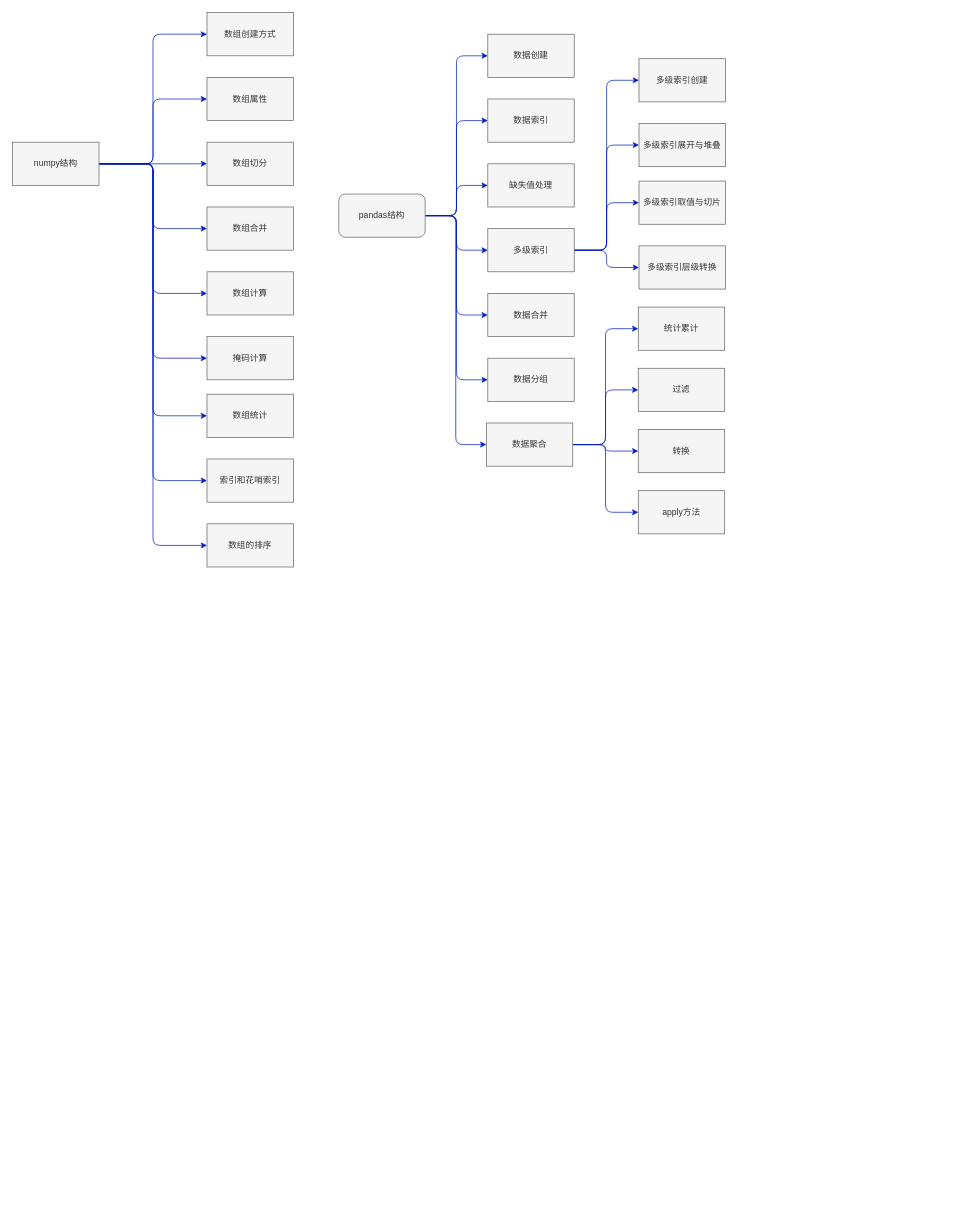
Before: 数据科学手册流程图.drawio in QHfirewater/data_science, a draw.io diagram. Source tidied: cells renumbered, new cells numbered last; positions are measured from the earlier drawing's top-left corner, leaving out a move shared by most shapes. Both pictures are drawn from the tidied source at 72%, with x=0, y=0 at pixel (12, 12).
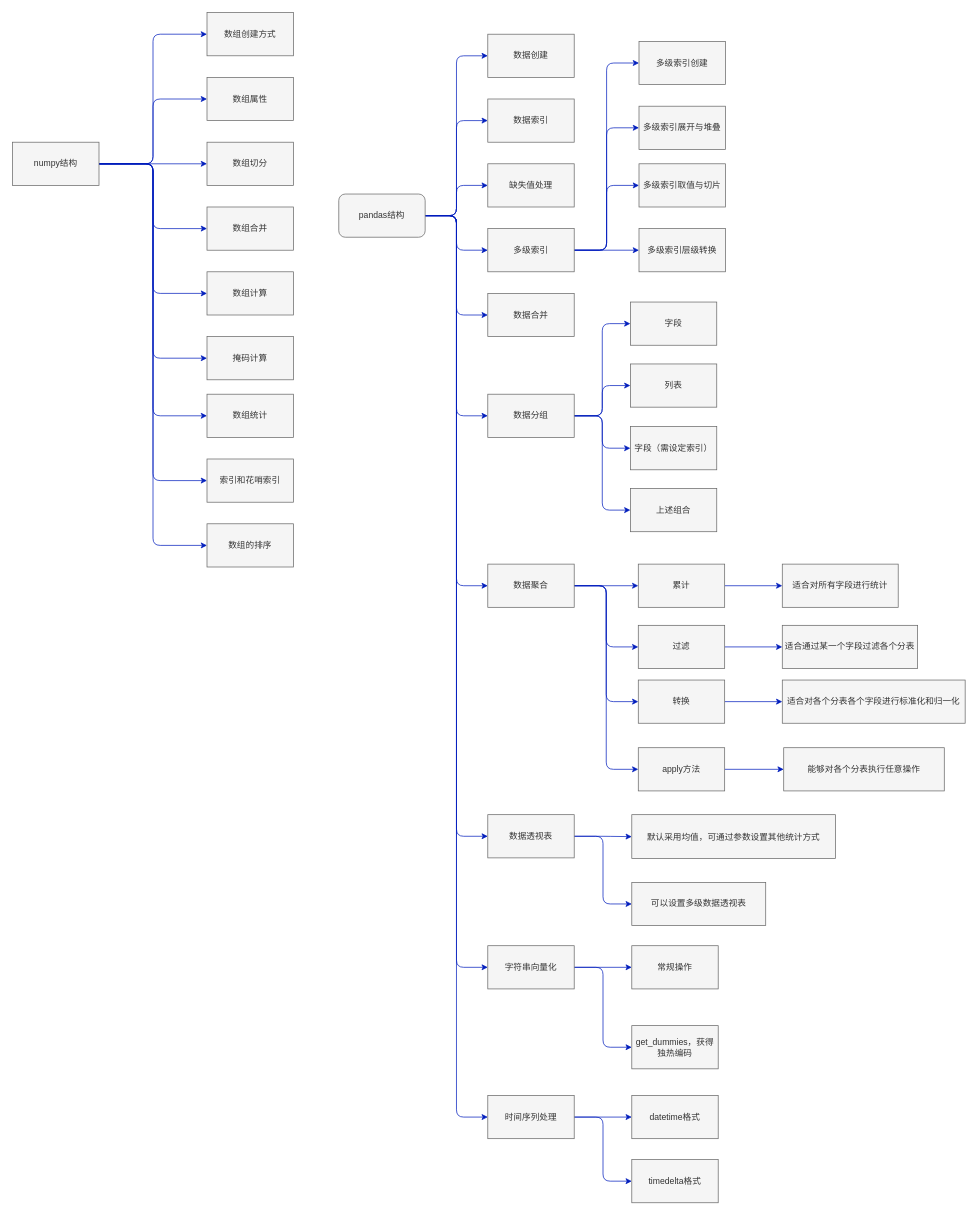
The same diagram, later.

Commit message (it also covers changes not shown here):
更新流程图

The change refers to these unchanged cells:
```xml
<mxCell id="28" value="pandas结构" style="rounded=1;whiteSpace=wrap;html=1;fillColor=#f5f5f5;fontColor=#333333;strokeColor=#666666;" parent="1" vertex="1">
  <mxGeometry x="453" y="252" width="120" height="60" as="geometry" />
</mxCell>
```

Diff of the diagram source:
```diff
@@
+    <mxCell id="52" style="edgeStyle=orthogonalEdgeStyle;shape=connector;rounded=1;html=1;exitX=1;exitY=0.5;exitDx=0;exitDy=0;labelBackgroundColor=default;fontFamily=Helvetica;fontSize=12;fontColor=#333333;endArrow=classic;strokeColor=#001DBC;fillColor=#0050ef;entryX=0;entryY=0.5;entryDx=0;entryDy=0;" parent="1" edge="1" source="28" target="73">
+      <mxGeometry relative="1" as="geometry" />
+    </mxCell>
+    <mxCell id="53" style="edgeStyle=orthogonalEdgeStyle;shape=connector;rounded=1;html=1;exitX=1;exitY=0.5;exitDx=0;exitDy=0;labelBackgroundColor=default;fontFamily=Helvetica;fontSize=12;fontColor=#333333;endArrow=classic;strokeColor=#001DBC;fillColor=#0050ef;entryX=0;entryY=0.5;entryDx=0;entryDy=0;" parent="1" edge="1" source="28" target="78">
+      <mxGeometry relative="1" as="geometry" />
+    </mxCell>
+    <mxCell id="54" style="edgeStyle=orthogonalEdgeStyle;shape=connector;rounded=1;html=1;exitX=1;exitY=0.5;exitDx=0;exitDy=0;labelBackgroundColor=default;fontFamily=Helvetica;fontSize=12;fontColor=#333333;endArrow=classic;strokeColor=#001DBC;fillColor=#0050ef;entryX=0;entryY=0.5;entryDx=0;entryDy=0;" parent="1" edge="1" source="28" target="83">
+      <mxGeometry relative="1" as="geometry" />
+    </mxCell>
@@
     <mxCell id="37" value="多级索引创建" style="rounded=0;whiteSpace=wrap;html=1;fillColor=#f5f5f5;fontColor=#333333;strokeColor=#666666;" parent="1" vertex="1">
-      <mxGeometry x="870" y="64" width="120" height="60" as="geometry" />
+      <mxGeometry x="870" y="40" width="120" height="60" as="geometry" />
     </mxCell>
     <mxCell id="38" value="多级索引展开与堆叠" style="rounded=0;whiteSpace=wrap;html=1;fillColor=#f5f5f5;fontColor=#333333;strokeColor=#666666;" parent="1" vertex="1">
-      <mxGeometry x="870" y="154" width="120" height="60" as="geometry" />
+      <mxGeometry x="870" y="130" width="120" height="60" as="geometry" />
     </mxCell>
     <mxCell id="39" value="多级索引取值与切片" style="rounded=0;whiteSpace=wrap;html=1;fillColor=#f5f5f5;fontColor=#333333;strokeColor=#666666;" parent="1" vertex="1">
-      <mxGeometry x="870" y="234" width="120" height="60" as="geometry" />
+      <mxGeometry x="870" y="210" width="120" height="60" as="geometry" />
     </mxCell>
     <mxCell id="40" value="多级索引层级转换" style="rounded=0;whiteSpace=wrap;html=1;fillColor=#f5f5f5;fontColor=#333333;strokeColor=#666666;" parent="1" vertex="1">
-      <mxGeometry x="870" y="324" width="120" height="60" as="geometry" />
+      <mxGeometry x="870" y="300" width="120" height="60" as="geometry" />
     </mxCell>
@@
+    <mxCell id="55" style="edgeStyle=orthogonalEdgeStyle;shape=connector;rounded=1;html=1;exitX=1;exitY=0.5;exitDx=0;exitDy=0;entryX=0;entryY=0.5;entryDx=0;entryDy=0;labelBackgroundColor=default;fontFamily=Helvetica;fontSize=12;fontColor=#333333;endArrow=classic;strokeColor=#001DBC;fillColor=#0050ef;" parent="1" edge="1" source="42" target="67">
+      <mxGeometry relative="1" as="geometry" />
+    </mxCell>
+    <mxCell id="56" style="edgeStyle=orthogonalEdgeStyle;shape=connector;rounded=1;html=1;exitX=1;exitY=0.5;exitDx=0;exitDy=0;entryX=0;entryY=0.5;entryDx=0;entryDy=0;labelBackgroundColor=default;fontFamily=Helvetica;fontSize=12;fontColor=#333333;endArrow=classic;strokeColor=#001DBC;fillColor=#0050ef;" parent="1" edge="1" source="42" target="68">
+      <mxGeometry relative="1" as="geometry" />
+    </mxCell>
+    <mxCell id="57" style="edgeStyle=orthogonalEdgeStyle;shape=connector;rounded=1;html=1;exitX=1;exitY=0.5;exitDx=0;exitDy=0;labelBackgroundColor=default;fontFamily=Helvetica;fontSize=12;fontColor=#333333;endArrow=classic;strokeColor=#001DBC;fillColor=#0050ef;" parent="1" edge="1" source="42" target="69">
+      <mxGeometry relative="1" as="geometry" />
+    </mxCell>
+    <mxCell id="58" style="edgeStyle=orthogonalEdgeStyle;shape=connector;rounded=1;html=1;exitX=1;exitY=0.5;exitDx=0;exitDy=0;entryX=0;entryY=0.5;entryDx=0;entryDy=0;labelBackgroundColor=default;fontFamily=Helvetica;fontSize=12;fontColor=#333333;endArrow=classic;strokeColor=#001DBC;fillColor=#0050ef;" parent="1" edge="1" source="42" target="70">
+      <mxGeometry relative="1" as="geometry" />
+    </mxCell>
     <mxCell id="42" value="数据分组" style="rounded=0;whiteSpace=wrap;html=1;fillColor=#f5f5f5;fontColor=#333333;strokeColor=#666666;" parent="1" vertex="1">
-      <mxGeometry x="660" y="480" width="120" height="60" as="geometry" />
+      <mxGeometry x="660" y="530" width="120" height="60" as="geometry" />
     </mxCell>
@@
     <mxCell id="47" value="数据聚合" style="rounded=0;whiteSpace=wrap;html=1;fillColor=#f5f5f5;fontColor=#333333;strokeColor=#666666;" parent="1" vertex="1">
-      <mxGeometry x="658" y="570" width="120" height="60" as="geometry" />
+      <mxGeometry x="660" y="766" width="120" height="60" as="geometry" />
     </mxCell>
+    <mxCell id="59" style="edgeStyle=none;html=1;fillColor=#0050ef;strokeColor=#001DBC;" parent="1" edge="1" source="48" target="63">
+      <mxGeometry relative="1" as="geometry" />
+    </mxCell>
-    <mxCell id="48" value="统计累计" style="whiteSpace=wrap;html=1;fillColor=#f5f5f5;strokeColor=#666666;fontColor=#333333;rounded=0;" parent="1" vertex="1">
-      <mxGeometry x="869" y="409" width="120" height="60" as="geometry" />
+    <mxCell id="48" value="累计" style="whiteSpace=wrap;html=1;fillColor=#f5f5f5;strokeColor=#666666;fontColor=#333333;rounded=0;" parent="1" vertex="1">
+      <mxGeometry x="869" y="766" width="120" height="60" as="geometry" />
     </mxCell>
+    <mxCell id="60" style="edgeStyle=none;shape=connector;rounded=1;html=1;labelBackgroundColor=default;fontFamily=Helvetica;fontSize=11;fontColor=default;endArrow=classic;strokeColor=#001DBC;fillColor=#0050ef;" parent="1" edge="1" source="49" target="64">
+      <mxGeometry relative="1" as="geometry" />
+    </mxCell>
     <mxCell id="49" value="过滤" style="whiteSpace=wrap;html=1;fillColor=#f5f5f5;strokeColor=#666666;fontColor=#333333;rounded=0;" parent="1" vertex="1">
-      <mxGeometry x="869" y="494" width="120" height="60" as="geometry" />
+      <mxGeometry x="869" y="851" width="120" height="60" as="geometry" />
     </mxCell>
+    <mxCell id="61" style="edgeStyle=none;shape=connector;rounded=1;html=1;labelBackgroundColor=default;fontFamily=Helvetica;fontSize=11;fontColor=default;endArrow=classic;strokeColor=#001DBC;fillColor=#0050ef;" parent="1" edge="1" source="50" target="65">
+      <mxGeometry relative="1" as="geometry" />
+    </mxCell>
     <mxCell id="50" value="转换" style="whiteSpace=wrap;html=1;fillColor=#f5f5f5;strokeColor=#666666;fontColor=#333333;rounded=0;" parent="1" vertex="1">
-      <mxGeometry x="869" y="579" width="120" height="60" as="geometry" />
+      <mxGeometry x="869" y="927" width="120" height="60" as="geometry" />
     </mxCell>
+    <mxCell id="62" style="edgeStyle=none;shape=connector;rounded=1;html=1;labelBackgroundColor=default;fontFamily=Helvetica;fontSize=11;fontColor=default;endArrow=classic;strokeColor=#001DBC;fillColor=#0050ef;" parent="1" edge="1" source="51" target="66">
+      <mxGeometry relative="1" as="geometry" />
+    </mxCell>
     <mxCell id="51" value="apply方法" style="whiteSpace=wrap;html=1;fillColor=#f5f5f5;strokeColor=#666666;fontColor=#333333;rounded=0;" parent="1" vertex="1">
-      <mxGeometry x="869" y="664" width="120" height="60" as="geometry" />
+      <mxGeometry x="869" y="1021" width="120" height="60" as="geometry" />
     </mxCell>
+    <mxCell id="63" value="适合对所有字段进行统计" style="whiteSpace=wrap;html=1;fillColor=#f5f5f5;strokeColor=#666666;fontColor=#333333;rounded=0;" parent="1" vertex="1">
+      <mxGeometry x="1069" y="766" width="161" height="60" as="geometry" />
+    </mxCell>
+    <mxCell id="64" value="适合通过某一个字段过滤各个分表" style="whiteSpace=wrap;html=1;fillColor=#f5f5f5;strokeColor=#666666;fontColor=#333333;rounded=0;" parent="1" vertex="1">
+      <mxGeometry x="1069" y="851" width="188" height="60" as="geometry" />
+    </mxCell>
+    <mxCell id="65" value="适合对各个分表各个字段进行标准化和归一化" style="whiteSpace=wrap;html=1;fillColor=#f5f5f5;strokeColor=#666666;fontColor=#333333;rounded=0;" parent="1" vertex="1">
+      <mxGeometry x="1069" y="927" width="254" height="60" as="geometry" />
+    </mxCell>
+    <mxCell id="66" value="能够对各个分表执行任意操作" style="whiteSpace=wrap;html=1;fillColor=#f5f5f5;strokeColor=#666666;fontColor=#333333;rounded=0;" parent="1" vertex="1">
+      <mxGeometry x="1071" y="1021" width="223" height="60" as="geometry" />
+    </mxCell>
+    <mxCell id="67" value="字段" style="whiteSpace=wrap;html=1;fillColor=#f5f5f5;strokeColor=#666666;fontColor=#333333;rounded=0;" parent="1" vertex="1">
+      <mxGeometry x="858" y="402" width="120" height="60" as="geometry" />
+    </mxCell>
+    <mxCell id="68" value="列表" style="rounded=0;whiteSpace=wrap;html=1;fontFamily=Helvetica;fontSize=12;fontColor=#333333;strokeColor=#666666;fillColor=#f5f5f5;" parent="1" vertex="1">
+      <mxGeometry x="858" y="488" width="120" height="60" as="geometry" />
+    </mxCell>
+    <mxCell id="69" value="字段（需设定索引）" style="rounded=0;whiteSpace=wrap;html=1;fontFamily=Helvetica;fontSize=12;fontColor=#333333;strokeColor=#666666;fillColor=#f5f5f5;" parent="1" vertex="1">
+      <mxGeometry x="858" y="575" width="120" height="60" as="geometry" />
+    </mxCell>
+    <mxCell id="70" value="上述组合" style="rounded=0;whiteSpace=wrap;html=1;fontFamily=Helvetica;fontSize=12;fontColor=#333333;strokeColor=#666666;fillColor=#f5f5f5;" parent="1" vertex="1">
+      <mxGeometry x="858" y="661" width="120" height="60" as="geometry" />
+    </mxCell>
+    <mxCell id="71" style="edgeStyle=orthogonalEdgeStyle;shape=connector;rounded=1;html=1;labelBackgroundColor=default;fontFamily=Helvetica;fontSize=12;fontColor=#333333;endArrow=classic;strokeColor=#001DBC;fillColor=#0050ef;" parent="1" edge="1" source="73" target="74">
+      <mxGeometry relative="1" as="geometry" />
+    </mxCell>
+    <mxCell id="72" style="edgeStyle=orthogonalEdgeStyle;shape=connector;rounded=1;html=1;exitX=1;exitY=0.5;exitDx=0;exitDy=0;entryX=0;entryY=0.5;entryDx=0;entryDy=0;labelBackgroundColor=default;fontFamily=Helvetica;fontSize=12;fontColor=#333333;endArrow=classic;strokeColor=#001DBC;fillColor=#0050ef;" parent="1" edge="1" source="73" target="75">
+      <mxGeometry relative="1" as="geometry" />
+    </mxCell>
+    <mxCell id="73" value="数据透视表" style="rounded=0;whiteSpace=wrap;html=1;fontFamily=Helvetica;fontSize=12;fontColor=#333333;strokeColor=#666666;fillColor=#f5f5f5;" parent="1" vertex="1">
+      <mxGeometry x="660" y="1114" width="120" height="60" as="geometry" />
+    </mxCell>
+    <mxCell id="74" value="默认采用均值，可通过参数设置其他统计方式" style="whiteSpace=wrap;html=1;fillColor=#f5f5f5;strokeColor=#666666;fontColor=#333333;rounded=0;" parent="1" vertex="1">
+      <mxGeometry x="860" y="1114" width="283" height="61" as="geometry" />
+    </mxCell>
+    <mxCell id="75" value="可以设置多级数据透视表" style="rounded=0;whiteSpace=wrap;html=1;fontFamily=Helvetica;fontSize=12;fontColor=#333333;strokeColor=#666666;fillColor=#f5f5f5;" parent="1" vertex="1">
+      <mxGeometry x="860" y="1208" width="186" height="60" as="geometry" />
+    </mxCell>
+    <mxCell id="76" style="edgeStyle=orthogonalEdgeStyle;shape=connector;rounded=1;html=1;labelBackgroundColor=default;fontFamily=Helvetica;fontSize=12;fontColor=#333333;endArrow=classic;strokeColor=#001DBC;fillColor=#0050ef;" parent="1" edge="1" source="78" target="79">
+      <mxGeometry relative="1" as="geometry" />
+    </mxCell>
+    <mxCell id="77" style="edgeStyle=orthogonalEdgeStyle;shape=connector;rounded=1;html=1;exitX=1;exitY=0.5;exitDx=0;exitDy=0;entryX=0;entryY=0.5;entryDx=0;entryDy=0;labelBackgroundColor=default;fontFamily=Helvetica;fontSize=12;fontColor=#333333;endArrow=classic;strokeColor=#001DBC;fillColor=#0050ef;" parent="1" edge="1" source="78" target="80">
+      <mxGeometry relative="1" as="geometry" />
+    </mxCell>
+    <mxCell id="78" value="字符串向量化" style="rounded=0;whiteSpace=wrap;html=1;fontFamily=Helvetica;fontSize=12;fontColor=#333333;strokeColor=#666666;fillColor=#f5f5f5;" parent="1" vertex="1">
+      <mxGeometry x="660" y="1296" width="120" height="60" as="geometry" />
+    </mxCell>
+    <mxCell id="79" value="常规操作" style="whiteSpace=wrap;html=1;fillColor=#f5f5f5;strokeColor=#666666;fontColor=#333333;rounded=0;" parent="1" vertex="1">
+      <mxGeometry x="860" y="1296" width="120" height="60" as="geometry" />
+    </mxCell>
+    <mxCell id="80" value="get_dummies，获得独热编码" style="whiteSpace=wrap;html=1;fillColor=#f5f5f5;strokeColor=#666666;fontColor=#333333;rounded=0;" parent="1" vertex="1">
+      <mxGeometry x="860" y="1407" width="120" height="60" as="geometry" />
+    </mxCell>
+    <mxCell id="81" style="edgeStyle=orthogonalEdgeStyle;shape=connector;rounded=1;html=1;labelBackgroundColor=default;fontFamily=Helvetica;fontSize=12;fontColor=#333333;endArrow=classic;strokeColor=#001DBC;fillColor=#0050ef;" parent="1" edge="1" source="83" target="84">
+      <mxGeometry relative="1" as="geometry" />
+    </mxCell>
+    <mxCell id="82" style="edgeStyle=orthogonalEdgeStyle;shape=connector;rounded=1;html=1;exitX=1;exitY=0.5;exitDx=0;exitDy=0;entryX=0;entryY=0.5;entryDx=0;entryDy=0;labelBackgroundColor=default;fontFamily=Helvetica;fontSize=12;fontColor=#333333;endArrow=classic;strokeColor=#001DBC;fillColor=#0050ef;" parent="1" edge="1" source="83" target="85">
+      <mxGeometry relative="1" as="geometry" />
+    </mxCell>
+    <mxCell id="83" value="时间序列处理" style="rounded=0;whiteSpace=wrap;html=1;fontFamily=Helvetica;fontSize=12;fontColor=#333333;strokeColor=#666666;fillColor=#f5f5f5;" parent="1" vertex="1">
+      <mxGeometry x="660" y="1504" width="120" height="60" as="geometry" />
+    </mxCell>
+    <mxCell id="84" value="datetime格式" style="whiteSpace=wrap;html=1;fillColor=#f5f5f5;strokeColor=#666666;fontColor=#333333;rounded=0;" parent="1" vertex="1">
+      <mxGeometry x="860" y="1504" width="120" height="60" as="geometry" />
+    </mxCell>
+    <mxCell id="85" value="timedelta格式" style="rounded=0;whiteSpace=wrap;html=1;fontFamily=Helvetica;fontSize=12;fontColor=#333333;strokeColor=#666666;fillColor=#f5f5f5;" parent="1" vertex="1">
+      <mxGeometry x="860" y="1593" width="120" height="60" as="geometry" />
+    </mxCell>
```
